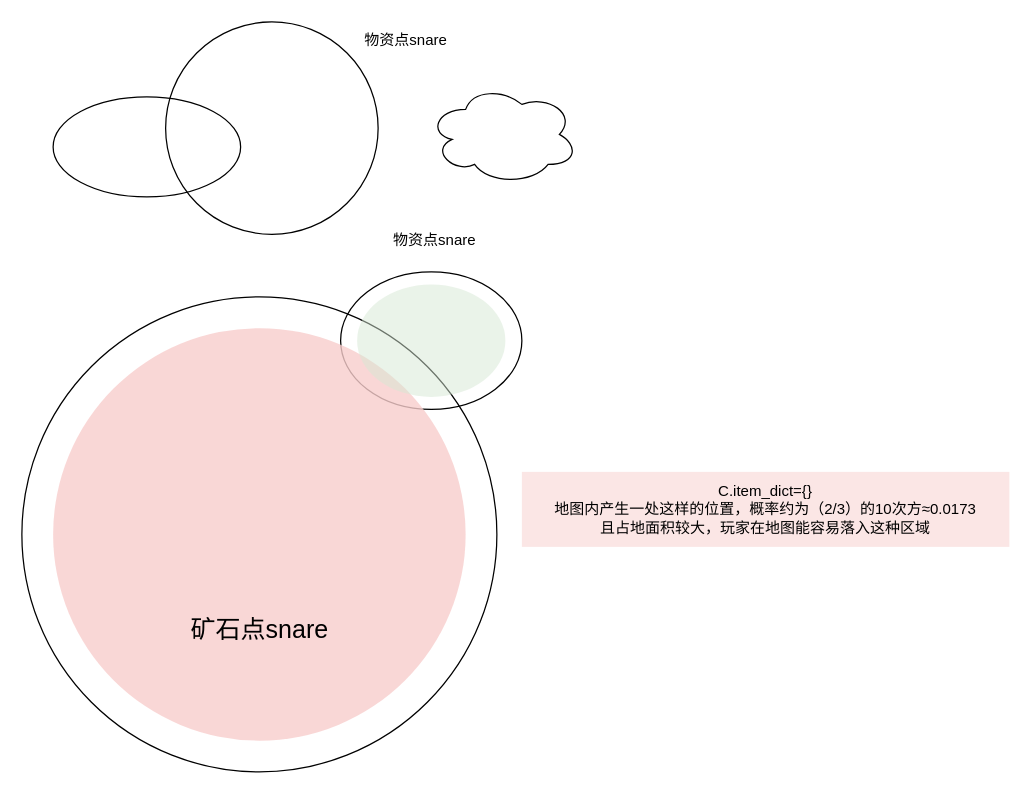
Before: snare2.drawio in pearhield/test, a draw.io diagram. Source tidied: cells renumbered, new cells numbered last; positions are measured from the earlier drawing's top-left corner, leaving out a move shared by most shapes. Both pictures are drawn from the tidied source at 125%, with x=0, y=0 at pixel (21, 21).
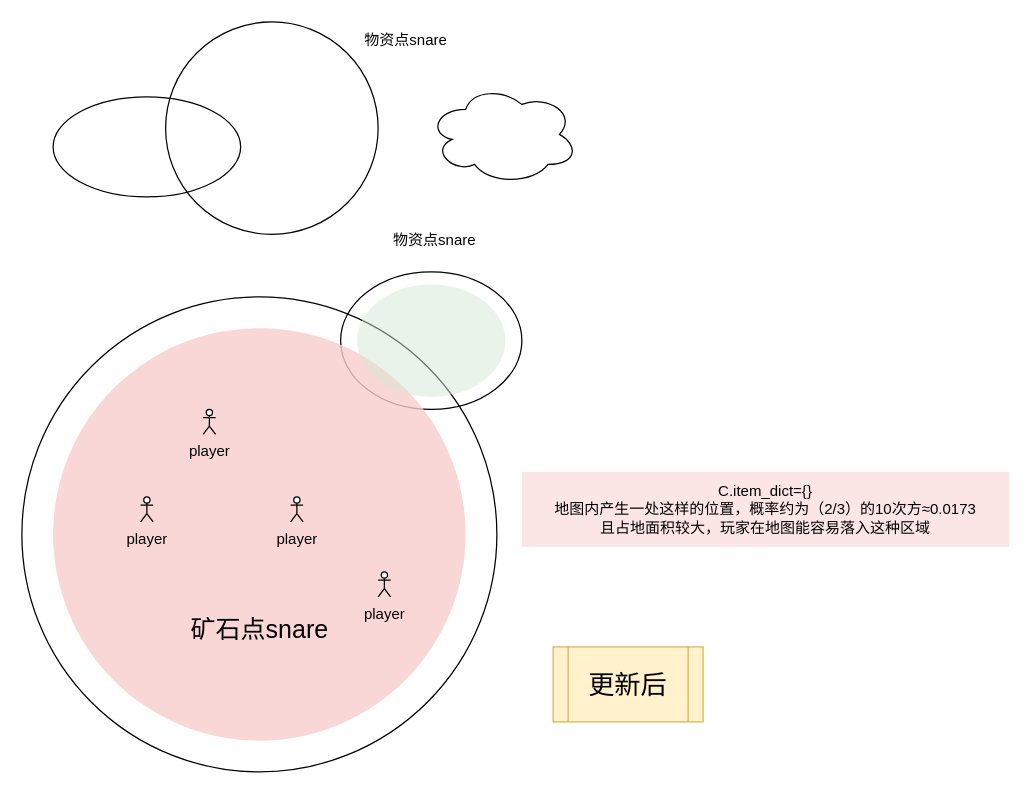
The same diagram, later.

What changed in the source:
```diff
@@
 <mxGraphModel>
   <root>
     <mxCell id="0" />
     <mxCell id="1" parent="0" />
     <mxCell id="2" style="ellipse;whiteSpace=wrap;html=1;fillColor=none;" parent="1" vertex="1">
       <mxGeometry x="25" y="60" width="150" height="80" as="geometry" />
     </mxCell>
     <mxCell id="3" style="ellipse;whiteSpace=wrap;html=1;fillColor=none;" parent="1" vertex="1">
       <mxGeometry x="115" width="170" height="170" as="geometry" />
     </mxCell>
     <mxCell id="4" style="ellipse;shape=cloud;whiteSpace=wrap;html=1;fillColor=none;" parent="1" vertex="1">
       <mxGeometry x="325" y="50" width="120" height="80" as="geometry" />
     </mxCell>
     <mxCell id="5" style="ellipse;whiteSpace=wrap;html=1;fillColor=none;" parent="1" vertex="1">
       <mxGeometry y="220" width="380" height="380" as="geometry" />
     </mxCell>
     <mxCell id="6" style="ellipse;whiteSpace=wrap;html=1;fillColor=none;" parent="1" vertex="1">
       <mxGeometry x="255" y="200" width="145" height="110" as="geometry" />
     </mxCell>
     <mxCell id="7" style="ellipse;whiteSpace=wrap;html=1;strokeColor=none;fillColor=#f8cecc;opacity=80;" parent="1" vertex="1">
       <mxGeometry x="25" y="245" width="330" height="330" as="geometry" />
     </mxCell>
     <mxCell id="8" value="物资点snare" style="text;html=1;strokeColor=none;fillColor=none;align=center;verticalAlign=middle;whiteSpace=wrap;rounded=0;" parent="1" vertex="1">
       <mxGeometry x="268.2" y="160" width="125" height="30" as="geometry" />
     </mxCell>
     <mxCell id="9" value="物资点snare" style="text;html=1;strokeColor=none;fillColor=none;align=center;verticalAlign=middle;whiteSpace=wrap;rounded=0;" parent="1" vertex="1">
       <mxGeometry x="245" width="125" height="30" as="geometry" />
     </mxCell>
     <mxCell id="10" value="矿石点snare" style="text;html=1;strokeColor=none;fillColor=none;align=center;verticalAlign=middle;whiteSpace=wrap;rounded=0;fontSize=20;" parent="1" vertex="1">
       <mxGeometry x="127.5" y="470" width="125" height="30" as="geometry" />
     </mxCell>
     <mxCell id="11" style="ellipse;whiteSpace=wrap;html=1;fillColor=#d5e8d4;strokeColor=none;opacity=50;" parent="1" vertex="1">
       <mxGeometry x="268.2" y="210" width="118.6" height="90" as="geometry" />
     </mxCell>
     <mxCell id="12" value="C.item_dict={}&lt;br&gt;地图内产生一处这样的位置，概率约为（2/3）的10次方≈0.0173&lt;br&gt;且占地面积较大，玩家在地图能容易落入这种区域" style="text;html=1;strokeColor=none;fillColor=#f8cecc;align=center;verticalAlign=middle;whiteSpace=wrap;rounded=0;opacity=50;" parent="1" vertex="1">
       <mxGeometry x="400" y="360" width="390" height="60" as="geometry" />
     </mxCell>
+    <mxCell id="13" value="player" style="shape=umlActor;verticalLabelPosition=bottom;verticalAlign=top;html=1;" parent="1" vertex="1">
+      <mxGeometry x="145" y="310" width="10" height="20" as="geometry" />
+    </mxCell>
+    <mxCell id="14" value="player" style="shape=umlActor;verticalLabelPosition=bottom;verticalAlign=top;html=1;" parent="1" vertex="1">
+      <mxGeometry x="95" y="380" width="10" height="20" as="geometry" />
+    </mxCell>
+    <mxCell id="15" value="player" style="shape=umlActor;verticalLabelPosition=bottom;verticalAlign=top;html=1;" parent="1" vertex="1">
+      <mxGeometry x="215" y="380" width="10" height="20" as="geometry" />
+    </mxCell>
+    <mxCell id="16" value="player" style="shape=umlActor;verticalLabelPosition=bottom;verticalAlign=top;html=1;" parent="1" vertex="1">
+      <mxGeometry x="285" y="440" width="10" height="20" as="geometry" />
+    </mxCell>
+    <mxCell id="17" value="更新后" style="shape=process;whiteSpace=wrap;html=1;backgroundOutline=1;fillColor=#fff2cc;strokeColor=#d6b656;fontSize=21;" parent="1" vertex="1">
+      <mxGeometry x="425" y="500" width="120" height="60" as="geometry" />
+    </mxCell>
   </root>
 </mxGraphModel>
```
